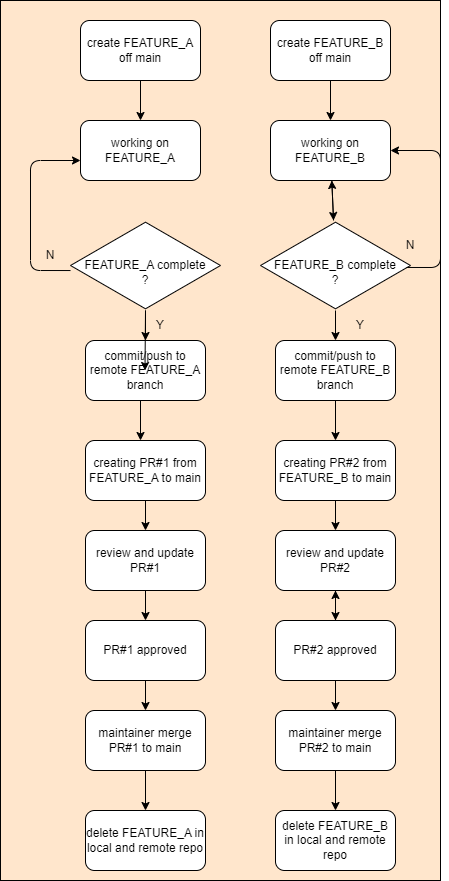
This is doc/data/git_workflow_feature_branch.drawio.png from arithdon/git-intro, a draw.io export, as it was before one commit. Source tidied: cells renumbered, new cells last; positions are measured from the earlier drawing's top-left corner, leaving out a move shared by most shapes.
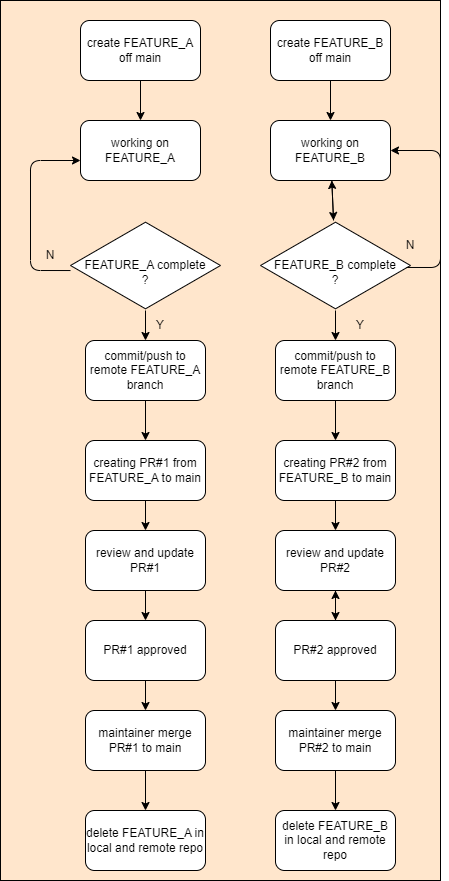
Above is the later version.

Commit message:
Correct workflow diagram

Fix workflow diagram layout.

Diff of the diagram source:
```diff
@@ -53,15 +53,12 @@
     <mxCell id="16" value="N" style="text;html=1;strokeColor=none;fillColor=none;align=center;verticalAlign=middle;whiteSpace=wrap;rounded=0;" parent="1" vertex="1">
       <mxGeometry x="20" y="240" width="60" height="30" as="geometry" />
     </mxCell>
+    <mxCell id="45" style="edgeStyle=none;html=1;" parent="1" edge="1" source="17" target="21">
+      <mxGeometry relative="1" as="geometry" />
+    </mxCell>
     <mxCell id="17" value="commit/push to remote FEATURE_A branch" style="rounded=1;whiteSpace=wrap;html=1;" parent="1" vertex="1">
       <mxGeometry x="85" y="340" width="120" height="60" as="geometry" />
     </mxCell>
-    <mxCell id="18" style="endArrow=classic;html=1;" parent="1" edge="1">
-      <mxGeometry relative="1" as="geometry">
-        <mxPoint x="145" y="310" as="sourcePoint" />
-        <mxPoint x="144.5" y="370" as="targetPoint" />
-      </mxGeometry>
-    </mxCell>
     <mxCell id="19" value="Y" style="text;html=1;strokeColor=none;fillColor=none;align=center;verticalAlign=middle;whiteSpace=wrap;rounded=0;" parent="1" vertex="1">
       <mxGeometry x="130" y="310" width="60" height="30" as="geometry" />
     </mxCell>
@@ -136,12 +133,6 @@
     <mxCell id="41" value="maintainer merge PR#2 to main" style="rounded=1;whiteSpace=wrap;html=1;" parent="1" vertex="1">
       <mxGeometry x="275" y="710" width="120" height="60" as="geometry" />
     </mxCell>
-    <mxCell id="42" style="endArrow=classic;html=1;" parent="1" edge="1">
-      <mxGeometry relative="1" as="geometry">
-        <mxPoint x="140" y="400" as="sourcePoint" />
-        <mxPoint x="140" y="440" as="targetPoint" />
-      </mxGeometry>
-    </mxCell>
     <mxCell id="43" value="delete FEATURE_A in local and remote repo" style="rounded=1;whiteSpace=wrap;html=1;" parent="1" vertex="1">
       <mxGeometry x="85" y="810" width="120" height="60" as="geometry" />
     </mxCell>
```
